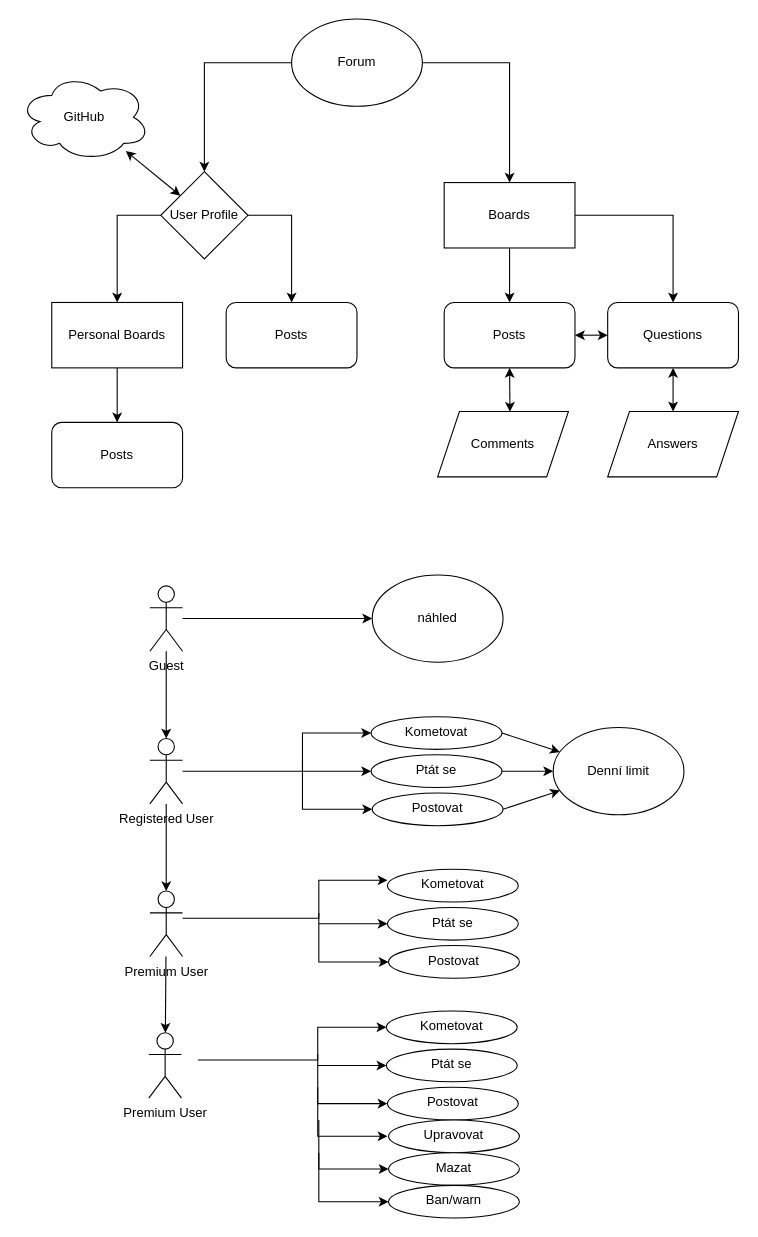
The draw.io diagram ALGORYTMIZACE/Untitled Diagram.drawio in L19uid/school-projects, before the edit. Source tidied: cells renumbered, new cells numbered last; positions are measured from the earlier drawing's top-left corner, leaving out a move shared by most shapes. Both pictures are drawn from the tidied source at 109%, with x=0, y=0 at pixel (19, 19).
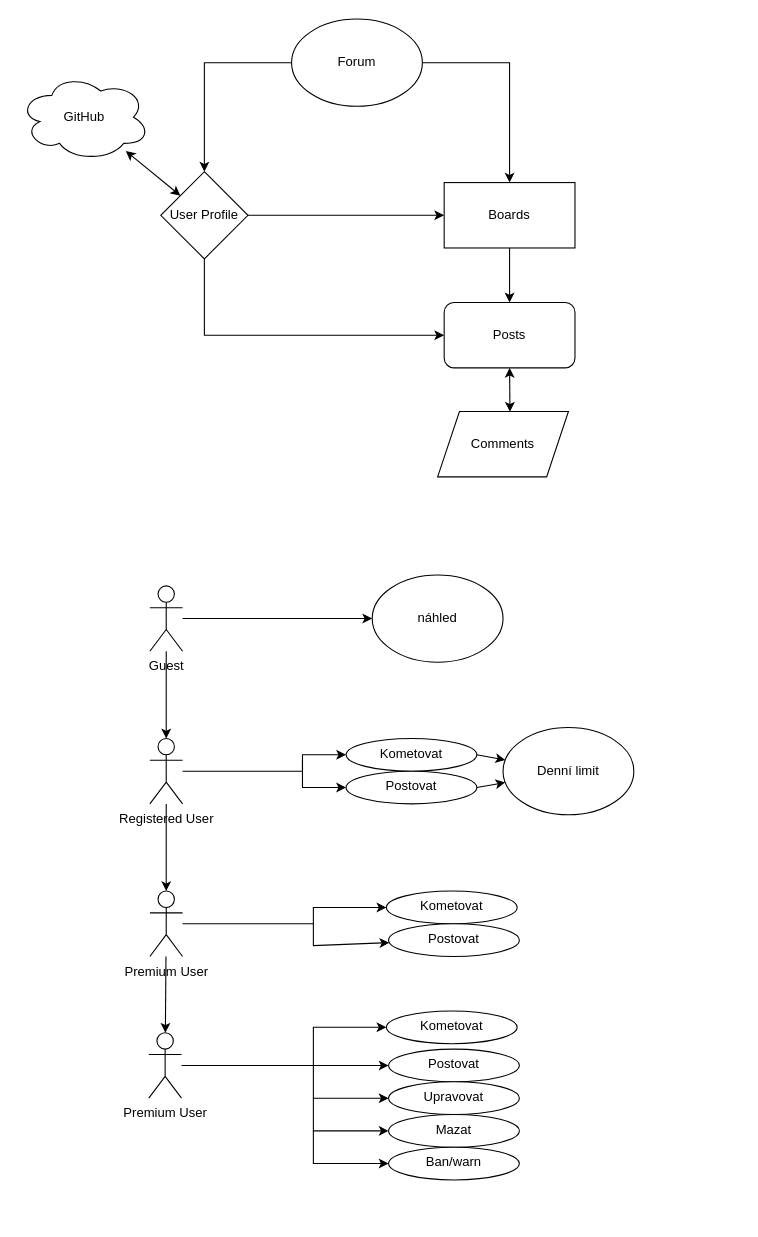
After the change.

Unchanged cells that the change refers to:
```xml
<mxCell id="8" value="User Profile" style="rhombus;whiteSpace=wrap;html=1;" parent="1" vertex="1">
  <mxGeometry x="130" y="140" width="80" height="80" as="geometry" />
</mxCell>
<mxCell id="11" value="Boards" style="rounded=0;whiteSpace=wrap;html=1;" parent="1" vertex="1">
  <mxGeometry x="390" y="150" width="120" height="60" as="geometry" />
</mxCell>
<mxCell id="12" value="Posts" style="rounded=1;whiteSpace=wrap;html=1;" parent="1" vertex="1">
  <mxGeometry x="390" y="260" width="120" height="60" as="geometry" />
</mxCell>
<mxCell id="31" value="Premium User" style="shape=umlActor;verticalLabelPosition=bottom;verticalAlign=top;html=1;outlineConnect=0;" parent="1" vertex="1">
  <mxGeometry x="120" y="800" width="30" height="60" as="geometry" />
</mxCell>
<mxCell id="47" value="Premium User" style="shape=umlActor;verticalLabelPosition=bottom;verticalAlign=top;html=1;outlineConnect=0;" parent="1" vertex="1">
  <mxGeometry x="119" y="930" width="30" height="60" as="geometry" />
</mxCell>
<mxCell id="54" value="Kometovat" style="ellipse;whiteSpace=wrap;html=1;verticalAlign=top;" parent="1" vertex="1">
  <mxGeometry x="337" y="910" width="120" height="30" as="geometry" />
</mxCell>
```

The edit, as a diff of the source:
```diff
@@
-    <mxCell id="3" value="Personal Boards" style="rounded=0;whiteSpace=wrap;html=1;" parent="1" vertex="1">
-      <mxGeometry x="30" y="260" width="120" height="60" as="geometry" />
-    </mxCell>
-    <mxCell id="4" value="Posts" style="rounded=1;whiteSpace=wrap;html=1;" parent="1" vertex="1">
-      <mxGeometry x="30" y="370" width="120" height="60" as="geometry" />
-    </mxCell>
-    <mxCell id="5" style="endArrow=classic;html=1;rounded=0;exitX=0.5;exitY=1;exitDx=0;exitDy=0;" parent="1" edge="1" source="3" target="4">
-      <mxGeometry relative="1" as="geometry" />
-    </mxCell>
-    <mxCell id="6" style="endArrow=classic;html=1;rounded=0;entryX=0.5;entryY=0;entryDx=0;entryDy=0;exitX=0;exitY=0.5;exitDx=0;exitDy=0;" parent="1" edge="1" source="8" target="3">
-      <mxGeometry relative="1" as="geometry">
-        <Array as="points">
-          <mxPoint x="90" y="180" />
-        </Array>
-      </mxGeometry>
-    </mxCell>
@@
-    <mxCell id="9" value="Posts" style="rounded=1;whiteSpace=wrap;html=1;" parent="1" vertex="1">
-      <mxGeometry x="190" y="260" width="120" height="60" as="geometry" />
-    </mxCell>
-    <mxCell id="10" style="endArrow=classic;html=1;rounded=0;exitX=1;exitY=0.5;exitDx=0;exitDy=0;entryX=0.5;entryY=0;entryDx=0;entryDy=0;" parent="1" edge="1" source="8" target="9">
+    <mxCell id="10" style="endArrow=classic;html=1;rounded=0;exitX=1;exitY=0.5;exitDx=0;exitDy=0;entryX=0;entryY=0.5;entryDx=0;entryDy=0;" parent="1" edge="1" source="8" target="11">
       <mxGeometry relative="1" as="geometry">
         <Array as="points">
           <mxPoint x="250" y="180" />
         </Array>
       </mxGeometry>
     </mxCell>
@@
-    <mxCell id="15" value="Questions" style="rounded=1;whiteSpace=wrap;html=1;" parent="1" vertex="1">
-      <mxGeometry x="540" y="260" width="120" height="60" as="geometry" />
-    </mxCell>
-    <mxCell id="16" style="endArrow=classic;html=1;rounded=0;entryX=0.5;entryY=0;entryDx=0;entryDy=0;" parent="1" edge="1" target="15">
-      <mxGeometry relative="1" as="geometry">
-        <mxPoint x="510" y="180" as="sourcePoint" />
-        <Array as="points">
-          <mxPoint x="600" y="180" />
-        </Array>
-      </mxGeometry>
-    </mxCell>
@@
-    <mxCell id="19" value="Answers" style="shape=parallelogram;perimeter=parallelogramPerimeter;whiteSpace=wrap;html=1;fixedSize=1;" parent="1" vertex="1">
-      <mxGeometry x="540" y="360" width="120" height="60" as="geometry" />
-    </mxCell>
-    <mxCell id="20" style="endArrow=classic;startArrow=classic;html=1;rounded=0;entryX=0.5;entryY=1;entryDx=0;entryDy=0;" parent="1" edge="1" source="19" target="15">
-      <mxGeometry relative="1" as="geometry" />
-    </mxCell>
-    <mxCell id="21" style="endArrow=classic;startArrow=classic;html=1;rounded=0;entryX=0;entryY=0.5;entryDx=0;entryDy=0;exitX=1;exitY=0.5;exitDx=0;exitDy=0;" parent="1" edge="1" source="12" target="15">
-      <mxGeometry relative="1" as="geometry" />
-    </mxCell>
@@
     <mxCell id="32" value="Kometovat" style="ellipse;whiteSpace=wrap;html=1;verticalAlign=top;" parent="1" vertex="1">
-      <mxGeometry x="323" y="640" width="120" height="30" as="geometry" />
+      <mxGeometry x="300" y="660" width="120" height="30" as="geometry" />
     </mxCell>
-    <mxCell id="33" value="Ptát se" style="ellipse;whiteSpace=wrap;html=1;verticalAlign=top;" parent="1" vertex="1">
-      <mxGeometry x="323" y="675" width="120" height="30" as="geometry" />
-    </mxCell>
-    <mxCell id="34" style="endArrow=classic;html=1;rounded=0;entryX=0;entryY=0.5;entryDx=0;entryDy=0;" parent="1" edge="1" target="33">
-      <mxGeometry relative="1" as="geometry">
-        <mxPoint x="260" y="690" as="sourcePoint" />
-      </mxGeometry>
-    </mxCell>
     <mxCell id="35" value="Postovat" style="ellipse;whiteSpace=wrap;html=1;verticalAlign=top;" parent="1" vertex="1">
-      <mxGeometry x="324" y="710" width="120" height="30" as="geometry" />
+      <mxGeometry x="300" y="690" width="120" height="30" as="geometry" />
     </mxCell>
     <mxCell id="36" style="endArrow=classic;html=1;rounded=0;entryX=0;entryY=0.5;entryDx=0;entryDy=0;" parent="1" edge="1" target="35">
       <mxGeometry relative="1" as="geometry">
         <mxPoint x="260" y="680" as="sourcePoint" />
         <Array as="points">
-          <mxPoint x="260" y="725" />
+          <mxPoint x="260" y="705" />
         </Array>
       </mxGeometry>
     </mxCell>
-    <mxCell id="37" style="endArrow=classic;html=1;rounded=0;exitX=1;exitY=0.5;exitDx=0;exitDy=0;entryX=0;entryY=0.5;entryDx=0;entryDy=0;" parent="1" edge="1" source="33" target="40">
-      <mxGeometry relative="1" as="geometry" />
-    </mxCell>
@@
     <mxCell id="40" value="Denní limit" style="ellipse;whiteSpace=wrap;html=1;" parent="1" vertex="1">
-      <mxGeometry x="490" y="650" width="120" height="80" as="geometry" />
+      <mxGeometry x="444" y="650" width="120" height="80" as="geometry" />
     </mxCell>
     <mxCell id="41" value="Kometovat" style="ellipse;whiteSpace=wrap;html=1;verticalAlign=top;" parent="1" vertex="1">
-      <mxGeometry x="338" y="780" width="120" height="30" as="geometry" />
+      <mxGeometry x="337" y="800" width="120" height="30" as="geometry" />
     </mxCell>
-    <mxCell id="42" value="Ptát se" style="ellipse;whiteSpace=wrap;html=1;verticalAlign=top;" parent="1" vertex="1">
-      <mxGeometry x="338" y="815" width="120" height="30" as="geometry" />
-    </mxCell>
-    <mxCell id="43" style="endArrow=classic;html=1;rounded=0;entryX=0;entryY=0.5;entryDx=0;entryDy=0;" parent="1" edge="1" target="42">
-      <mxGeometry relative="1" as="geometry">
-        <mxPoint x="275" y="830" as="sourcePoint" />
-      </mxGeometry>
-    </mxCell>
     <mxCell id="44" value="Postovat" style="ellipse;whiteSpace=wrap;html=1;verticalAlign=top;" parent="1" vertex="1">
-      <mxGeometry x="339" y="850" width="120" height="30" as="geometry" />
+      <mxGeometry x="339" y="830" width="120" height="30" as="geometry" />
     </mxCell>
-    <mxCell id="45" style="endArrow=classic;html=1;rounded=0;entryX=0;entryY=0.5;entryDx=0;entryDy=0;" parent="1" edge="1" target="44">
+    <mxCell id="45" style="endArrow=classic;html=1;rounded=0;" parent="1" edge="1" target="44">
       <mxGeometry relative="1" as="geometry">
-        <mxPoint x="275" y="820" as="sourcePoint" />
+        <mxPoint x="270" y="830" as="sourcePoint" />
         <Array as="points">
-          <mxPoint x="275" y="865" />
+          <mxPoint x="270" y="850" />
         </Array>
       </mxGeometry>
     </mxCell>
-    <mxCell id="46" style="edgeStyle=orthogonalEdgeStyle;rounded=0;orthogonalLoop=1;jettySize=auto;html=1;entryX=0;entryY=0.5;entryDx=0;entryDy=0;" parent="1" edge="1">
+    <mxCell id="46" style="edgeStyle=orthogonalEdgeStyle;rounded=0;jettySize=auto;html=1;" parent="1" edge="1" source="31" target="41">
       <mxGeometry relative="1" as="geometry">
-        <mxPoint x="165" y="825" as="sourcePoint" />
-        <mxPoint x="338" y="790" as="targetPoint" />
         <Array as="points">
-          <mxPoint x="150" y="825" />
-          <mxPoint x="275" y="825" />
-          <mxPoint x="275" y="780" />
+          <mxPoint x="270" y="830" />
+          <mxPoint x="270" y="815" />
         </Array>
       </mxGeometry>
     </mxCell>
@@
-    <mxCell id="48" value="Ptát se" style="ellipse;whiteSpace=wrap;html=1;verticalAlign=top;" parent="1" vertex="1">
-      <mxGeometry x="337" y="945" width="120" height="30" as="geometry" />
-    </mxCell>
-    <mxCell id="49" style="endArrow=classic;html=1;rounded=0;entryX=0;entryY=0.5;entryDx=0;entryDy=0;" parent="1" edge="1" target="48">
-      <mxGeometry relative="1" as="geometry">
-        <mxPoint x="274" y="960" as="sourcePoint" />
-      </mxGeometry>
-    </mxCell>
     <mxCell id="50" value="Postovat" style="ellipse;whiteSpace=wrap;html=1;verticalAlign=top;" parent="1" vertex="1">
-      <mxGeometry x="338" y="980" width="120" height="30" as="geometry" />
+      <mxGeometry x="339" y="945" width="120" height="30" as="geometry" />
     </mxCell>
     <mxCell id="51" style="endArrow=classic;html=1;rounded=0;entryX=0;entryY=0.5;entryDx=0;entryDy=0;" parent="1" edge="1" target="50">
       <mxGeometry relative="1" as="geometry">
-        <mxPoint x="274" y="950" as="sourcePoint" />
-        <Array as="points">
-          <mxPoint x="274" y="995" />
-        </Array>
+        <mxPoint x="270" y="960" as="sourcePoint" />
       </mxGeometry>
     </mxCell>
-    <mxCell id="52" style="edgeStyle=orthogonalEdgeStyle;rounded=0;jettySize=auto;html=1;entryX=0;entryY=0.5;entryDx=0;entryDy=0;" parent="1" edge="1" target="54">
+    <mxCell id="52" style="edgeStyle=orthogonalEdgeStyle;rounded=0;jettySize=auto;html=1;entryX=0;entryY=0.5;entryDx=0;entryDy=0;" parent="1" edge="1" source="47" target="54">
       <mxGeometry relative="1" as="geometry">
-        <mxPoint x="164" y="955" as="sourcePoint" />
         <Array as="points">
-          <mxPoint x="274" y="955" />
-          <mxPoint x="274" y="925" />
+          <mxPoint x="270" y="960" />
+          <mxPoint x="270" y="925" />
         </Array>
       </mxGeometry>
     </mxCell>
@@
     <mxCell id="55" value="Upravovat" style="ellipse;whiteSpace=wrap;html=1;verticalAlign=top;" parent="1" vertex="1">
-      <mxGeometry x="339" y="1010" width="120" height="30" as="geometry" />
+      <mxGeometry x="339" y="975" width="120" height="30" as="geometry" />
     </mxCell>
     <mxCell id="56" value="Mazat" style="ellipse;whiteSpace=wrap;html=1;verticalAlign=top;" parent="1" vertex="1">
-      <mxGeometry x="339" y="1040" width="120" height="30" as="geometry" />
+      <mxGeometry x="339" y="1005" width="120" height="30" as="geometry" />
     </mxCell>
     <mxCell id="57" value="Ban/warn" style="ellipse;whiteSpace=wrap;html=1;verticalAlign=top;" parent="1" vertex="1">
-      <mxGeometry x="339" y="1070" width="120" height="30" as="geometry" />
+      <mxGeometry x="339" y="1035" width="120" height="30" as="geometry" />
     </mxCell>
-    <mxCell id="58" style="endArrow=classic;html=1;rounded=0;entryX=0;entryY=0.5;entryDx=0;entryDy=0;" parent="1" edge="1">
+    <mxCell id="58" style="endArrow=classic;html=1;rounded=0;entryX=0;entryY=0.5;entryDx=0;entryDy=0;" parent="1" edge="1" target="55">
       <mxGeometry relative="1" as="geometry">
-        <mxPoint x="274" y="980" as="sourcePoint" />
-        <mxPoint x="338" y="1025" as="targetPoint" />
+        <mxPoint x="270" y="960" as="sourcePoint" />
         <Array as="points">
-          <mxPoint x="274" y="1025" />
+          <mxPoint x="270" y="990" />
         </Array>
       </mxGeometry>
     </mxCell>
-    <mxCell id="59" style="endArrow=classic;html=1;rounded=0;entryX=0;entryY=0.5;entryDx=0;entryDy=0;" parent="1" edge="1">
+    <mxCell id="59" style="endArrow=classic;html=1;rounded=0;entryX=0;entryY=0.5;entryDx=0;entryDy=0;" parent="1" edge="1" target="56">
       <mxGeometry relative="1" as="geometry">
-        <mxPoint x="275" y="1010" as="sourcePoint" />
-        <mxPoint x="339" y="1055" as="targetPoint" />
+        <mxPoint x="270" y="990" as="sourcePoint" />
         <Array as="points">
-          <mxPoint x="275" y="1055" />
+          <mxPoint x="270" y="1020" />
         </Array>
       </mxGeometry>
     </mxCell>
-    <mxCell id="60" style="endArrow=classic;html=1;rounded=0;entryX=0;entryY=0.5;entryDx=0;entryDy=0;" parent="1" edge="1">
+    <mxCell id="60" style="endArrow=classic;html=1;rounded=0;entryX=0;entryY=0.5;entryDx=0;entryDy=0;" parent="1" edge="1" target="57">
       <mxGeometry relative="1" as="geometry">
-        <mxPoint x="275" y="1040" as="sourcePoint" />
-        <mxPoint x="339" y="1085" as="targetPoint" />
+        <mxPoint x="270" y="1020" as="sourcePoint" />
         <Array as="points">
-          <mxPoint x="275" y="1085" />
+          <mxPoint x="270" y="1050" />
         </Array>
       </mxGeometry>
     </mxCell>
+    <mxCell id="61" style="endArrow=classic;html=1;rounded=0;exitX=0.5;exitY=1;exitDx=0;exitDy=0;entryX=0;entryY=0.5;entryDx=0;entryDy=0;" parent="1" edge="1" source="8" target="12">
+      <mxGeometry relative="1" as="geometry">
+        <Array as="points">
+          <mxPoint x="170" y="290" />
+        </Array>
+      </mxGeometry>
+    </mxCell>
```
